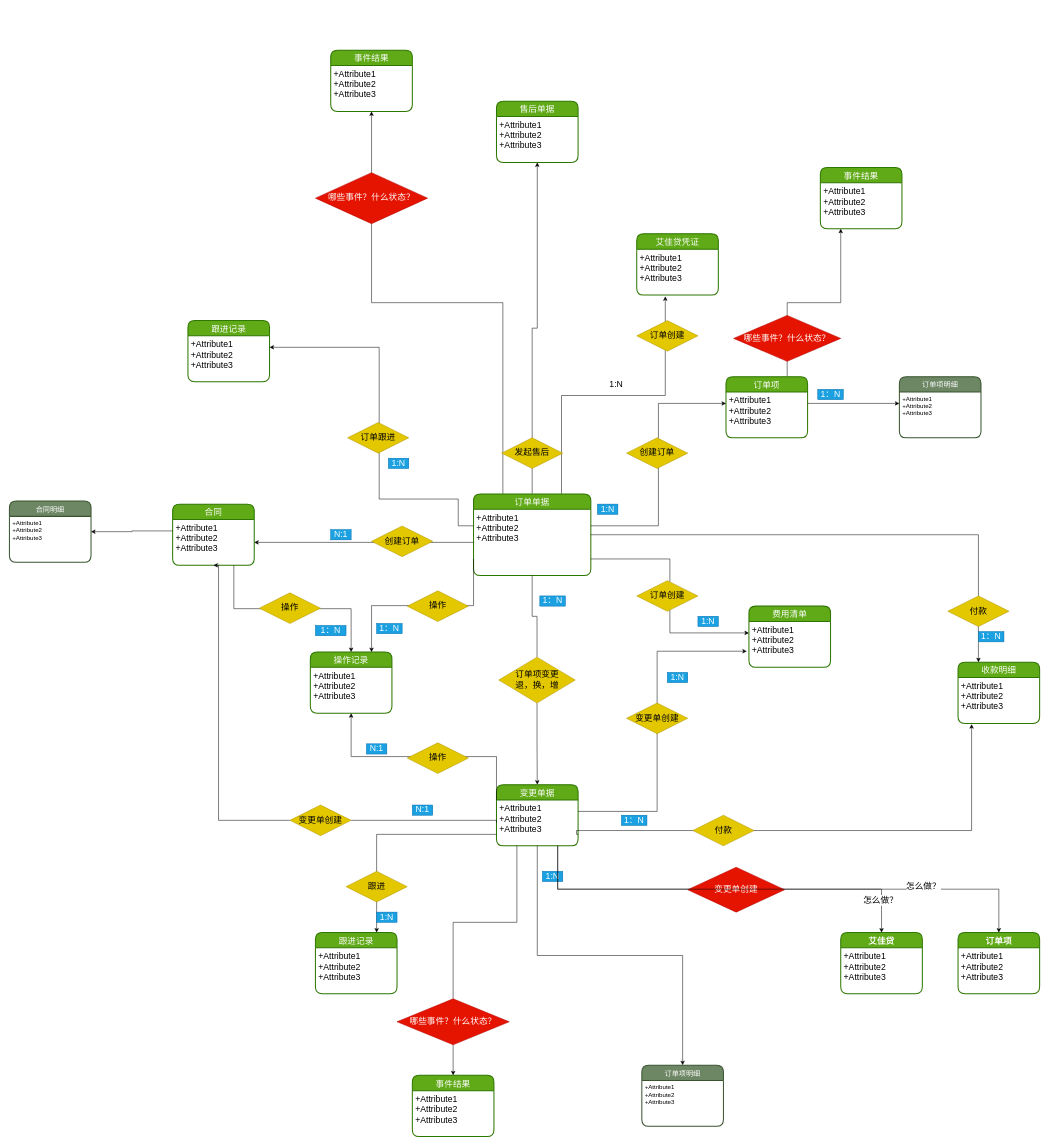
This is 平台2.0/艾佳2.0订单领域实体设计.drawio from Msimplehub/abbysun, a draw.io file, before an edit. Source tidied: cells renumbered, new cells numbered last; positions are measured from the earlier drawing's top-left corner, leaving out a move shared by most shapes. Both pictures are drawn from the tidied source at 51%, with x=0, y=0 at pixel (9, 50).
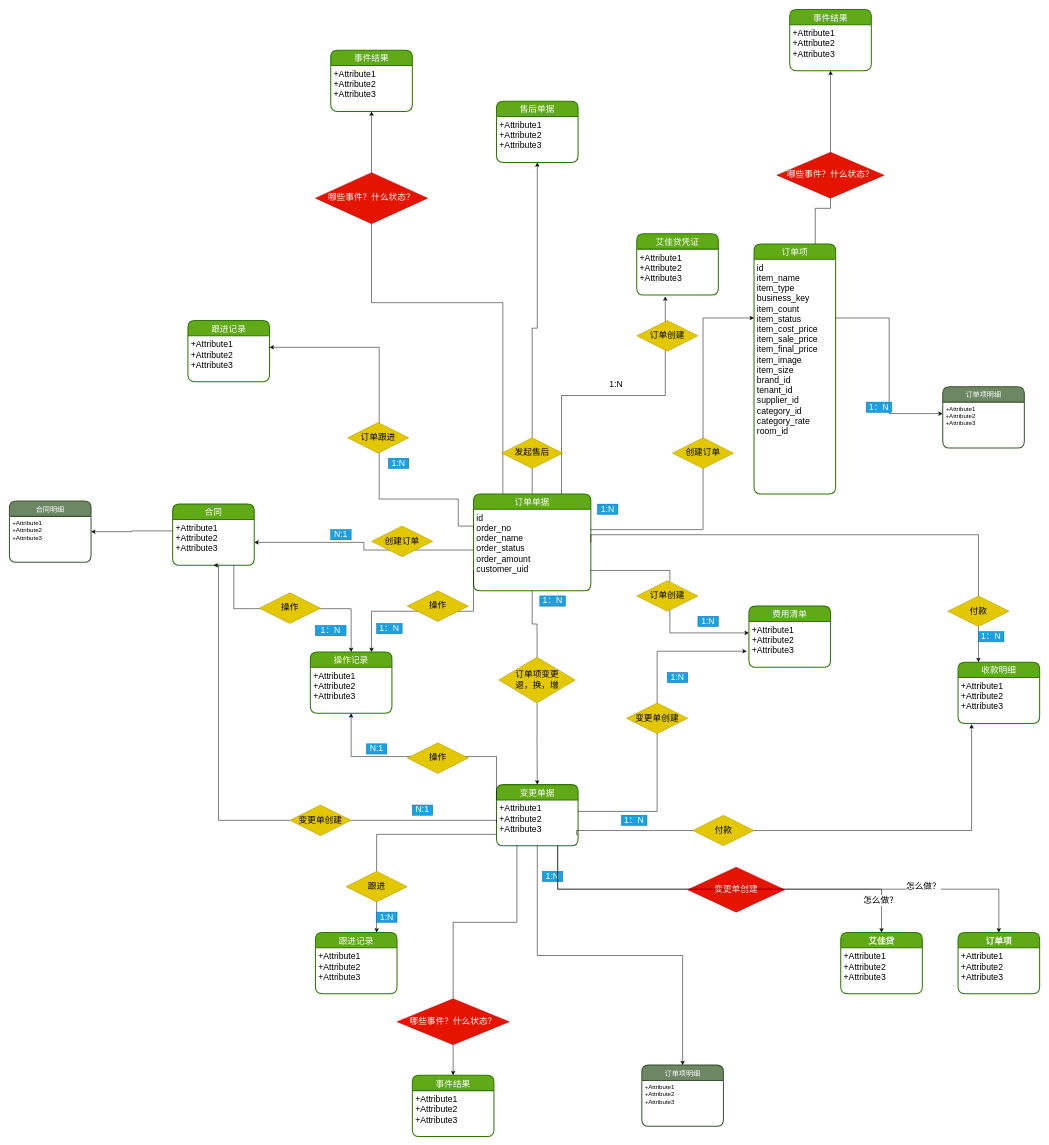
Above is the later version.

Commit message:
更新艾佳2.0订单领域实体设计.drawio

The change refers to these unchanged cells:
```xml
<mxCell id="96" value="+Attribute1&#10;+Attribute2&#10;+Attribute3" style="align=left;strokeColor=none;fillColor=none;spacingLeft=4;fontSize=17;verticalAlign=top;" parent="95" vertex="1">
  <mxGeometry y="30" width="160" height="90" as="geometry" />
</mxCell>
```

The edit, as a diff of the source:
```diff
@@
     <mxCell id="5" value="订单单据" style="swimlane;horizontal=1;startSize=30;rounded=1;fontSize=17;fontStyle=0;strokeWidth=2;shadow=0;dashed=0;align=center;fillColor=#60a917;strokeColor=#2D7600;fontColor=#ffffff;" parent="1" vertex="1">
-      <mxGeometry x="910" y="870" width="230" height="160" as="geometry" />
+      <mxGeometry x="910" y="870" width="230" height="190" as="geometry" />
     </mxCell>
-    <mxCell id="6" value="+Attribute1&#10;+Attribute2&#10;+Attribute3" style="align=left;strokeColor=none;fillColor=none;spacingLeft=4;fontSize=17;verticalAlign=top;" parent="5" vertex="1">
-      <mxGeometry y="30" width="230" height="130" as="geometry" />
+    <mxCell id="6" value="id&#10;order_no&#10;order_name&#10;order_status&#10;order_amount&#10;customer_uid&#10;" style="align=left;strokeColor=none;fillColor=none;spacingLeft=4;fontSize=17;verticalAlign=top;" parent="5" vertex="1">
+      <mxGeometry y="30" width="230" height="160" as="geometry" />
     </mxCell>
-    <mxCell id="7" style="edgeStyle=elbowEdgeStyle;rounded=0;jettySize=auto;elbow=vertical;html=1;exitX=0.75;exitY=0;exitDx=0;exitDy=0;entryX=0.25;entryY=1;entryDx=0;entryDy=0;fontSize=17;" parent="1" edge="1" source="8" target="96">
-      <mxGeometry relative="1" as="geometry" />
+    <mxCell id="7" style="edgeStyle=elbowEdgeStyle;rounded=0;jettySize=auto;elbow=vertical;html=1;exitX=0.75;exitY=0;exitDx=0;exitDy=0;entryX=0.5;entryY=1;entryDx=0;entryDy=0;fontSize=17;" parent="1" edge="1" source="8" target="96">
+      <mxGeometry relative="1" as="geometry">
+        <Array as="points">
+          <mxPoint x="1630" y="310" />
+        </Array>
+      </mxGeometry>
     </mxCell>
     <mxCell id="8" value="订单项" style="swimlane;horizontal=1;startSize=30;rounded=1;fontSize=17;fontStyle=0;strokeWidth=2;shadow=0;dashed=0;align=center;fillColor=#60a917;strokeColor=#2D7600;fontColor=#ffffff;" parent="1" vertex="1">
-      <mxGeometry x="1405" y="640" width="160" height="120" as="geometry" />
+      <mxGeometry x="1460" y="380" width="160" height="490" as="geometry" />
     </mxCell>
-    <mxCell id="9" value="+Attribute1&#10;+Attribute2&#10;+Attribute3" style="align=left;strokeColor=none;fillColor=none;spacingLeft=4;fontSize=17;verticalAlign=top;" parent="8" vertex="1">
-      <mxGeometry y="30" width="160" height="90" as="geometry" />
+    <mxCell id="9" value="id&#10;item_name&#10;item_type&#10;business_key&#10;item_count&#10;item_status&#10;item_cost_price&#10;item_sale_price&#10;item_final_price&#10;item_image&#10;item_size&#10;brand_id&#10;tenant_id&#10;supplier_id&#10;category_id&#10;category_rate&#10;room_id&#10;" style="align=left;strokeColor=none;fillColor=none;spacingLeft=4;fontSize=17;verticalAlign=top;" parent="8" vertex="1">
+      <mxGeometry y="30" width="160" height="460" as="geometry" />
     </mxCell>
@@
     <mxCell id="14" style="edgeStyle=orthogonalEdgeStyle;rounded=0;jettySize=auto;html=1;exitX=1;exitY=0.25;exitDx=0;exitDy=0;entryX=0;entryY=0.25;entryDx=0;entryDy=0;fontSize=17;" parent="1" edge="1" source="6" target="9">
-      <mxGeometry relative="1" as="geometry" />
+      <mxGeometry relative="1" as="geometry">
+        <Array as="points">
+          <mxPoint x="1360" y="940" />
+          <mxPoint x="1360" y="525" />
+        </Array>
+      </mxGeometry>
     </mxCell>
@@
     <mxCell id="22" value="创建订单" style="shape=rhombus;perimeter=rhombusPerimeter;whiteSpace=wrap;html=1;align=center;fontSize=17;fillColor=#e3c800;strokeColor=#B09500;fontColor=#000000;" parent="1" vertex="1">
-      <mxGeometry x="1210" y="760" width="120" height="60" as="geometry" />
+      <mxGeometry x="1300" y="760" width="120" height="60" as="geometry" />
     </mxCell>
@@
     <mxCell id="31" value="订单项明细" style="swimlane;horizontal=1;startSize=30;rounded=1;fontSize=14;fontStyle=0;strokeWidth=2;shadow=0;dashed=0;align=center;fillColor=#6d8764;strokeColor=#3A5431;fontColor=#ffffff;" parent="1" vertex="1">
-      <mxGeometry x="1745" y="640" width="160" height="120" as="geometry" />
+      <mxGeometry x="1830" y="660" width="160" height="120" as="geometry" />
     </mxCell>
@@
     <mxCell id="36" value="1：N" style="text;html=1;strokeColor=#006EAF;fillColor=#1ba1e2;align=center;verticalAlign=middle;whiteSpace=wrap;rounded=0;fontSize=17;fontColor=#ffffff;" parent="1" vertex="1">
-      <mxGeometry x="1585" y="665" width="50" height="20" as="geometry" />
+      <mxGeometry x="1680" y="690" width="50" height="20" as="geometry" />
     </mxCell>
@@
     <mxCell id="95" value="事件结果" style="swimlane;horizontal=1;startSize=30;rounded=1;fontSize=17;fontStyle=0;strokeWidth=2;shadow=0;dashed=0;align=center;fillColor=#60a917;strokeColor=#2D7600;fontColor=#ffffff;" parent="1" vertex="1">
-      <mxGeometry x="1590" y="230" width="160" height="120" as="geometry" />
+      <mxGeometry x="1530" y="-80" width="160" height="120" as="geometry" />
     </mxCell>
@@
     <mxCell id="97" value="哪些事件？什么状态？" style="shape=rhombus;perimeter=rhombusPerimeter;whiteSpace=wrap;html=1;align=center;fontSize=17;fillColor=#e51400;strokeColor=#B20000;fontColor=#ffffff;" parent="1" vertex="1">
-      <mxGeometry x="1420" y="520" width="210" height="90" as="geometry" />
+      <mxGeometry x="1505" y="200" width="210" height="90" as="geometry" />
     </mxCell>
```
